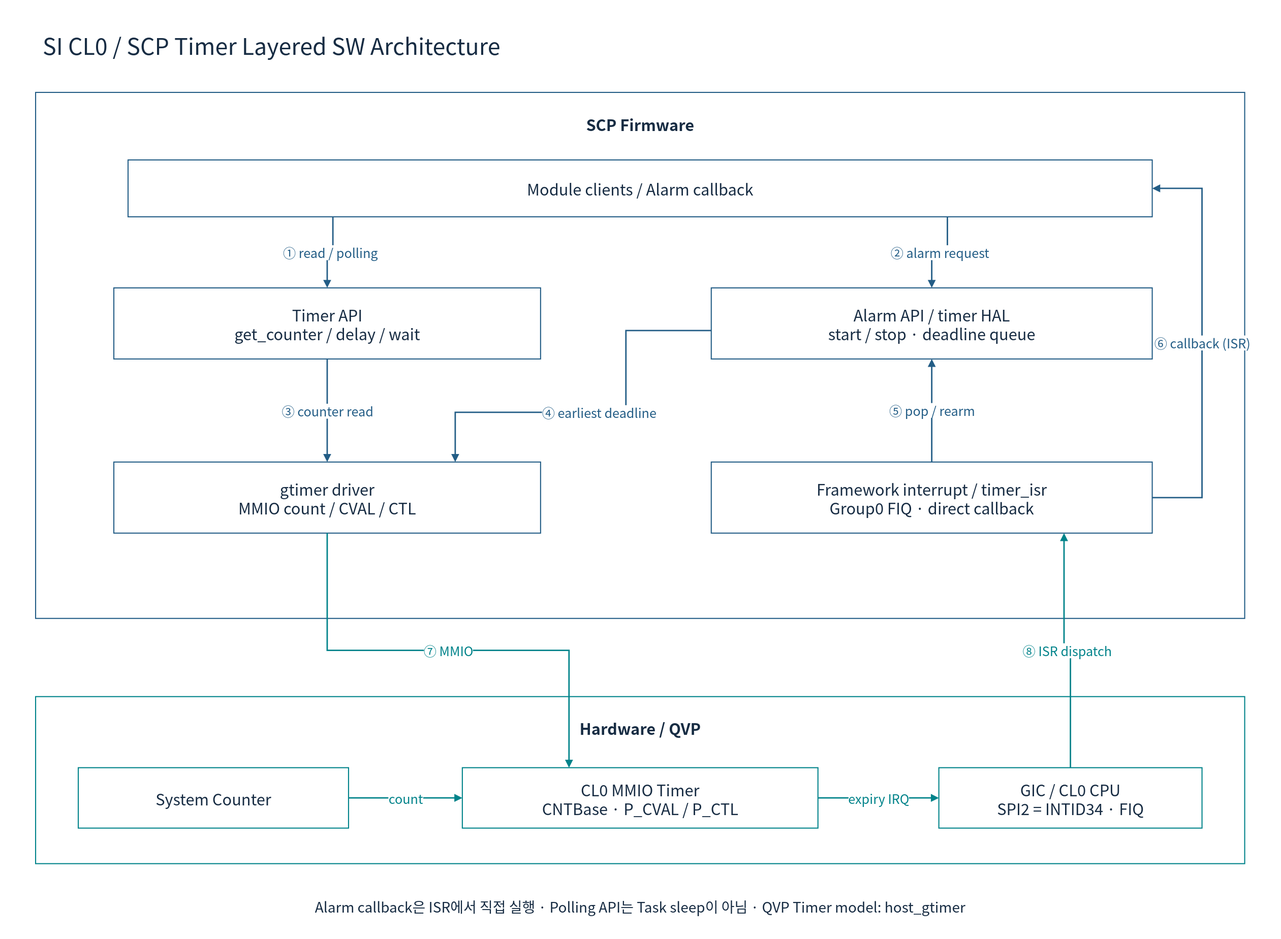
The draw.io diagram doc/phase1/timer/diagrams/08f-scp-software.drawio.svg in cometzero/project-apollo, before a commit. Source tidied: cells renumbered, new cells last; positions are measured from the earlier drawing's top-left corner, leaving out a move shared by most shapes.
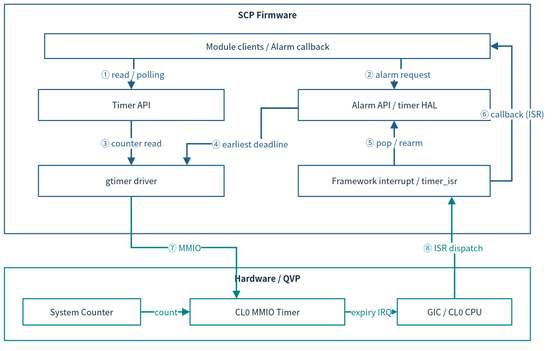
Later version of the same file.

The edit, as a diff of the source:
```diff
@@ -2,85 +2,76 @@
   <root>
     <mxCell id="0" />
     <mxCell id="1" parent="0" />
-    <mxCell id="2" style="rounded=0;whiteSpace=wrap;html=1;fillColor=#FFFFFF;strokeColor=none;strokeWidth=1.5;fontColor=#172C43;fontFamily=Noto Sans CJK KR;fontSize=22;spacing=10;" parent="1" vertex="1">
-      <mxGeometry width="1800" height="1320" as="geometry" />
-    </mxCell>
-    <mxCell id="3" value="SI CL0 / SCP Timer Layered SW Architecture" style="rounded=0;whiteSpace=wrap;html=1;fillColor=#FFFFFF;strokeColor=none;strokeWidth=1.5;fontColor=#172C43;fontFamily=Noto Sans CJK KR;fontSize=22;spacing=10;fontSize=32;align=left;" parent="1" vertex="1">
-      <mxGeometry x="50" y="30" width="1700" height="65" as="geometry" />
-    </mxCell>
-    <mxCell id="4" value="SCP Firmware" style="rounded=0;whiteSpace=wrap;html=1;fillColor=#FFFFFF;strokeColor=#235D86;strokeWidth=1.5;fontColor=#172C43;fontFamily=Noto Sans CJK KR;fontSize=22;spacing=10;verticalAlign=top;fontStyle=1;spacingTop=16;" parent="1" vertex="1">
-      <mxGeometry x="50" y="130" width="1700" height="740" as="geometry" />
+    <mxCell id="4" value="SCP Firmware" style="rounded=0;whiteSpace=wrap;html=1;fillColor=#FFFFFF;strokeColor=#235D86;strokeWidth=1.5;fontColor=#172C43;fontFamily=Noto Sans CJK KR;verticalAlign=top;fontStyle=1;fontSize=12;spacing=3;whiteSpace=wrap;" parent="1" vertex="1">
+      <mxGeometry x="12" y="12" width="740" height="322.1" as="geometry" />
     </mxCell>
-    <mxCell id="5" value="Module clients / Alarm callback" style="rounded=0;whiteSpace=wrap;html=1;fillColor=#FFFFFF;strokeColor=#235D86;strokeWidth=1.5;fontColor=#172C43;fontFamily=Noto Sans CJK KR;fontSize=22;spacing=10;" parent="1" vertex="1">
-      <mxGeometry x="180" y="225" width="1440" height="80" as="geometry" />
+    <mxCell id="5" value="Module clients / Alarm callback" style="rounded=0;whiteSpace=wrap;html=1;fillColor=#FFFFFF;strokeColor=#235D86;strokeWidth=1.5;fontColor=#172C43;fontFamily=Noto Sans CJK KR;fontSize=12;spacing=3;whiteSpace=wrap;" parent="1" vertex="1">
+      <mxGeometry x="68.6" y="53.4" width="626.8" height="34.8" as="geometry" />
     </mxCell>
-    <mxCell id="6" value="Timer API&#10;get_counter / delay / wait" style="rounded=0;whiteSpace=wrap;html=1;fillColor=#FFFFFF;strokeColor=#235D86;strokeWidth=1.5;fontColor=#172C43;fontFamily=Noto Sans CJK KR;fontSize=22;spacing=10;" parent="1" vertex="1">
-      <mxGeometry x="160" y="405" width="600" height="100" as="geometry" />
+    <mxCell id="6" value="Timer API" style="rounded=0;whiteSpace=wrap;html=1;fillColor=#FFFFFF;strokeColor=#235D86;strokeWidth=1.5;fontColor=#172C43;fontFamily=Noto Sans CJK KR;fontSize=12;spacing=3;whiteSpace=wrap;" parent="1" vertex="1">
+      <mxGeometry x="59.9" y="131.7" width="261.2" height="43.5" as="geometry" />
     </mxCell>
-    <mxCell id="7" value="Alarm API / timer HAL&#10;start / stop · deadline queue" style="rounded=0;whiteSpace=wrap;html=1;fillColor=#FFFFFF;strokeColor=#235D86;strokeWidth=1.5;fontColor=#172C43;fontFamily=Noto Sans CJK KR;fontSize=22;spacing=10;" parent="1" vertex="1">
-      <mxGeometry x="1000" y="405" width="620" height="100" as="geometry" />
+    <mxCell id="7" value="Alarm API / timer HAL" style="rounded=0;whiteSpace=wrap;html=1;fillColor=#FFFFFF;strokeColor=#235D86;strokeWidth=1.5;fontColor=#172C43;fontFamily=Noto Sans CJK KR;fontSize=12;spacing=3;whiteSpace=wrap;" parent="1" vertex="1">
+      <mxGeometry x="425.5" y="131.7" width="269.9" height="43.5" as="geometry" />
     </mxCell>
-    <mxCell id="8" value="gtimer driver&#10;MMIO count / CVAL / CTL" style="rounded=0;whiteSpace=wrap;html=1;fillColor=#FFFFFF;strokeColor=#235D86;strokeWidth=1.5;fontColor=#172C43;fontFamily=Noto Sans CJK KR;fontSize=22;spacing=10;" parent="1" vertex="1">
-      <mxGeometry x="160" y="650" width="600" height="100" as="geometry" />
+    <mxCell id="8" value="gtimer driver" style="rounded=0;whiteSpace=wrap;html=1;fillColor=#FFFFFF;strokeColor=#235D86;strokeWidth=1.5;fontColor=#172C43;fontFamily=Noto Sans CJK KR;fontSize=12;spacing=3;whiteSpace=wrap;" parent="1" vertex="1">
+      <mxGeometry x="59.9" y="238.3" width="261.2" height="43.5" as="geometry" />
     </mxCell>
-    <mxCell id="9" value="Framework interrupt / timer_isr&#10;Group0 FIQ · direct callback" style="rounded=0;whiteSpace=wrap;html=1;fillColor=#FFFFFF;strokeColor=#235D86;strokeWidth=1.5;fontColor=#172C43;fontFamily=Noto Sans CJK KR;fontSize=22;spacing=10;" parent="1" vertex="1">
-      <mxGeometry x="1000" y="650" width="620" height="100" as="geometry" />
+    <mxCell id="9" value="Framework interrupt / timer_isr" style="rounded=0;whiteSpace=wrap;html=1;fillColor=#FFFFFF;strokeColor=#235D86;strokeWidth=1.5;fontColor=#172C43;fontFamily=Noto Sans CJK KR;fontSize=12;spacing=3;whiteSpace=wrap;" parent="1" vertex="1">
+      <mxGeometry x="425.5" y="238.3" width="269.9" height="43.5" as="geometry" />
     </mxCell>
-    <mxCell id="10" value="① read / polling" style="edgeStyle=orthogonalEdgeStyle;rounded=0;html=1;endArrow=block;endFill=1;strokeWidth=2;strokeColor=#235D86;fontColor=#235D86;fontFamily=Noto Sans CJK KR;fontSize=18;labelBackgroundColor=#FFFFFF;exitX=0.2;exitY=1;entryX=0.5;entryY=0;" parent="1" edge="1" source="5" target="6">
+    <mxCell id="10" value="① read / polling" style="edgeStyle=orthogonalEdgeStyle;rounded=0;html=1;endArrow=block;endFill=1;strokeWidth=2;strokeColor=#235D86;fontColor=#235D86;fontFamily=Noto Sans CJK KR;labelBackgroundColor=#FFFFFF;exitX=0.2;exitY=1;entryX=0.5;entryY=0;fontSize=12;spacing=3;whiteSpace=nowrap;" parent="1" edge="1" source="5" target="6">
       <mxGeometry relative="1" as="geometry" />
     </mxCell>
-    <mxCell id="11" value="② alarm request" style="edgeStyle=orthogonalEdgeStyle;rounded=0;html=1;endArrow=block;endFill=1;strokeWidth=2;strokeColor=#235D86;fontColor=#235D86;fontFamily=Noto Sans CJK KR;fontSize=18;labelBackgroundColor=#FFFFFF;exitX=0.8;exitY=1;entryX=0.5;entryY=0;" parent="1" edge="1" source="5" target="7">
+    <mxCell id="11" value="② alarm request" style="edgeStyle=orthogonalEdgeStyle;rounded=0;html=1;endArrow=block;endFill=1;strokeWidth=2;strokeColor=#235D86;fontColor=#235D86;fontFamily=Noto Sans CJK KR;labelBackgroundColor=#FFFFFF;exitX=0.8;exitY=1;entryX=0.5;entryY=0;fontSize=12;spacing=3;whiteSpace=nowrap;" parent="1" edge="1" source="5" target="7">
       <mxGeometry relative="1" as="geometry" />
     </mxCell>
-    <mxCell id="12" value="③ counter read" style="edgeStyle=orthogonalEdgeStyle;rounded=0;html=1;endArrow=block;endFill=1;strokeWidth=2;strokeColor=#235D86;fontColor=#235D86;fontFamily=Noto Sans CJK KR;fontSize=18;labelBackgroundColor=#FFFFFF;" parent="1" edge="1" source="6" target="8">
+    <mxCell id="12" value="③ counter read" style="edgeStyle=orthogonalEdgeStyle;rounded=0;html=1;endArrow=block;endFill=1;strokeWidth=2;strokeColor=#235D86;fontColor=#235D86;fontFamily=Noto Sans CJK KR;labelBackgroundColor=#FFFFFF;fontSize=12;spacing=3;whiteSpace=nowrap;" parent="1" edge="1" source="6" target="8">
       <mxGeometry relative="1" as="geometry" />
     </mxCell>
-    <mxCell id="13" value="④ earliest deadline" style="edgeStyle=orthogonalEdgeStyle;rounded=0;html=1;endArrow=block;endFill=1;strokeWidth=2;strokeColor=#235D86;fontColor=#235D86;fontFamily=Noto Sans CJK KR;fontSize=18;labelBackgroundColor=#FFFFFF;exitX=0;exitY=0.6;entryX=0.8;entryY=0;" parent="1" edge="1" source="7" target="8">
+    <mxCell id="13" value="④ earliest deadline" style="edgeStyle=orthogonalEdgeStyle;rounded=0;html=1;endArrow=block;endFill=1;strokeWidth=2;strokeColor=#235D86;fontColor=#235D86;fontFamily=Noto Sans CJK KR;labelBackgroundColor=#FFFFFF;exitX=0;exitY=0.6;entryX=0.8;entryY=0;fontSize=12;spacing=3;whiteSpace=nowrap;" parent="1" edge="1" source="7" target="8">
       <mxGeometry relative="1" as="geometry">
         <Array as="points">
-          <mxPoint x="880" y="465" />
-          <mxPoint x="880" y="580" />
-          <mxPoint x="640" y="580" />
+          <mxPoint x="373.3" y="157.8" />
+          <mxPoint x="373.3" y="207.9" />
+          <mxPoint x="268.8" y="207.9" />
         </Array>
       </mxGeometry>
     </mxCell>
-    <mxCell id="14" value="⑤ pop / rearm" style="edgeStyle=orthogonalEdgeStyle;rounded=0;html=1;endArrow=block;endFill=1;strokeWidth=2;strokeColor=#235D86;fontColor=#235D86;fontFamily=Noto Sans CJK KR;fontSize=18;labelBackgroundColor=#FFFFFF;exitX=0.5;exitY=0;entryX=0.5;entryY=1;" parent="1" edge="1" source="9" target="7">
+    <mxCell id="14" value="⑤ pop / rearm" style="edgeStyle=orthogonalEdgeStyle;rounded=0;html=1;endArrow=block;endFill=1;strokeWidth=2;strokeColor=#235D86;fontColor=#235D86;fontFamily=Noto Sans CJK KR;labelBackgroundColor=#FFFFFF;exitX=0.5;exitY=0;entryX=0.5;entryY=1;fontSize=12;spacing=3;whiteSpace=nowrap;" parent="1" edge="1" source="9" target="7">
       <mxGeometry relative="1" as="geometry" />
     </mxCell>
-    <mxCell id="15" value="⑥ callback (ISR)" style="edgeStyle=orthogonalEdgeStyle;rounded=0;html=1;endArrow=block;endFill=1;strokeWidth=2;strokeColor=#235D86;fontColor=#235D86;fontFamily=Noto Sans CJK KR;fontSize=18;labelBackgroundColor=#FFFFFF;exitX=1;exitY=0.5;entryX=1;entryY=0.5;" parent="1" edge="1" source="9" target="5">
+    <mxCell id="15" value="⑥ callback (ISR)" style="edgeStyle=orthogonalEdgeStyle;rounded=0;html=1;endArrow=block;endFill=1;strokeWidth=2;strokeColor=#235D86;fontColor=#235D86;fontFamily=Noto Sans CJK KR;labelBackgroundColor=#FFFFFF;exitX=1;exitY=0.5;entryX=1;entryY=0.5;fontSize=12;spacing=3;whiteSpace=nowrap;" parent="1" edge="1" source="9" target="5">
       <mxGeometry relative="1" as="geometry">
         <Array as="points">
-          <mxPoint x="1690" y="700" />
-          <mxPoint x="1690" y="265" />
+          <mxPoint x="725.9" y="260.1" />
+          <mxPoint x="725.9" y="70.8" />
         </Array>
       </mxGeometry>
     </mxCell>
-    <mxCell id="16" value="Hardware / QVP" style="rounded=0;whiteSpace=wrap;html=1;fillColor=#FFFFFF;strokeColor=#00838A;strokeWidth=1.5;fontColor=#172C43;fontFamily=Noto Sans CJK KR;fontSize=22;spacing=10;verticalAlign=top;fontStyle=1;spacingTop=16;" parent="1" vertex="1">
-      <mxGeometry x="50" y="980" width="1700" height="235" as="geometry" />
+    <mxCell id="16" value="Hardware / QVP" style="rounded=0;whiteSpace=wrap;html=1;fillColor=#FFFFFF;strokeColor=#00838A;strokeWidth=1.5;fontColor=#172C43;fontFamily=Noto Sans CJK KR;verticalAlign=top;fontStyle=1;fontSize=12;spacing=3;whiteSpace=wrap;" parent="1" vertex="1">
+      <mxGeometry x="12" y="382" width="740" height="102.3" as="geometry" />
     </mxCell>
-    <mxCell id="17" value="System Counter" style="rounded=0;whiteSpace=wrap;html=1;fillColor=#FFFFFF;strokeColor=#00838A;strokeWidth=1.5;fontColor=#172C43;fontFamily=Noto Sans CJK KR;fontSize=22;spacing=10;" parent="1" vertex="1">
-      <mxGeometry x="110" y="1080" width="380" height="85" as="geometry" />
+    <mxCell id="17" value="System Counter" style="rounded=0;whiteSpace=wrap;html=1;fillColor=#FFFFFF;strokeColor=#00838A;strokeWidth=1.5;fontColor=#172C43;fontFamily=Noto Sans CJK KR;fontSize=12;spacing=3;whiteSpace=wrap;" parent="1" vertex="1">
+      <mxGeometry x="38.1" y="425.5" width="165.4" height="37" as="geometry" />
     </mxCell>
-    <mxCell id="18" value="CL0 MMIO Timer&#10;CNTBase · P_CVAL / P_CTL" style="rounded=0;whiteSpace=wrap;html=1;fillColor=#FFFFFF;strokeColor=#00838A;strokeWidth=1.5;fontColor=#172C43;fontFamily=Noto Sans CJK KR;fontSize=22;spacing=10;" parent="1" vertex="1">
-      <mxGeometry x="650" y="1080" width="500" height="85" as="geometry" />
+    <mxCell id="18" value="CL0 MMIO Timer" style="rounded=0;whiteSpace=wrap;html=1;fillColor=#FFFFFF;strokeColor=#00838A;strokeWidth=1.5;fontColor=#172C43;fontFamily=Noto Sans CJK KR;fontSize=12;spacing=3;whiteSpace=wrap;" parent="1" vertex="1">
+      <mxGeometry x="273.2" y="425.5" width="217.7" height="37" as="geometry" />
     </mxCell>
-    <mxCell id="19" value="GIC / CL0 CPU&#10;SPI2 = INTID34 · FIQ" style="rounded=0;whiteSpace=wrap;html=1;fillColor=#FFFFFF;strokeColor=#00838A;strokeWidth=1.5;fontColor=#172C43;fontFamily=Noto Sans CJK KR;fontSize=22;spacing=10;" parent="1" vertex="1">
-      <mxGeometry x="1320" y="1080" width="370" height="85" as="geometry" />
+    <mxCell id="19" value="GIC / CL0 CPU" style="rounded=0;whiteSpace=wrap;html=1;fillColor=#FFFFFF;strokeColor=#00838A;strokeWidth=1.5;fontColor=#172C43;fontFamily=Noto Sans CJK KR;fontSize=12;spacing=3;whiteSpace=wrap;" parent="1" vertex="1">
+      <mxGeometry x="564.8" y="425.5" width="161.1" height="37" as="geometry" />
     </mxCell>
-    <mxCell id="20" value="count" style="edgeStyle=orthogonalEdgeStyle;rounded=0;html=1;endArrow=block;endFill=1;strokeWidth=2;strokeColor=#00838A;fontColor=#00838A;fontFamily=Noto Sans CJK KR;fontSize=18;labelBackgroundColor=#FFFFFF;" parent="1" edge="1" source="17" target="18">
+    <mxCell id="20" value="count" style="edgeStyle=orthogonalEdgeStyle;rounded=0;html=1;endArrow=block;endFill=1;strokeWidth=2;strokeColor=#00838A;fontColor=#00838A;fontFamily=Noto Sans CJK KR;labelBackgroundColor=#FFFFFF;fontSize=12;spacing=3;whiteSpace=nowrap;" parent="1" edge="1" source="17" target="18">
       <mxGeometry relative="1" as="geometry" />
     </mxCell>
-    <mxCell id="21" value="expiry IRQ" style="edgeStyle=orthogonalEdgeStyle;rounded=0;html=1;endArrow=block;endFill=1;strokeWidth=2;strokeColor=#00838A;fontColor=#00838A;fontFamily=Noto Sans CJK KR;fontSize=18;labelBackgroundColor=#FFFFFF;" parent="1" edge="1" source="18" target="19">
+    <mxCell id="21" value="expiry IRQ" style="edgeStyle=orthogonalEdgeStyle;rounded=0;html=1;endArrow=block;endFill=1;strokeWidth=2;strokeColor=#00838A;fontColor=#00838A;fontFamily=Noto Sans CJK KR;labelBackgroundColor=#FFFFFF;fontSize=12;spacing=3;whiteSpace=nowrap;" parent="1" edge="1" source="18" target="19">
       <mxGeometry relative="1" as="geometry" />
     </mxCell>
-    <mxCell id="22" value="⑦ MMIO" style="edgeStyle=orthogonalEdgeStyle;rounded=0;html=1;endArrow=block;endFill=1;strokeWidth=2;strokeColor=#00838A;fontColor=#00838A;fontFamily=Noto Sans CJK KR;fontSize=18;labelBackgroundColor=#FFFFFF;exitX=0.5;exitY=1;entryX=0.3;entryY=0;" parent="1" edge="1" source="8" target="18">
+    <mxCell id="22" value="⑦ MMIO" style="edgeStyle=orthogonalEdgeStyle;rounded=0;html=1;endArrow=block;endFill=1;strokeWidth=2;strokeColor=#00838A;fontColor=#00838A;fontFamily=Noto Sans CJK KR;labelBackgroundColor=#FFFFFF;exitX=0.5;exitY=1;entryX=0.3;entryY=0;fontSize=12;spacing=3;whiteSpace=nowrap;" parent="1" edge="1" source="8" target="18">
       <mxGeometry relative="1" as="geometry" />
     </mxCell>
-    <mxCell id="23" value="⑧ ISR dispatch" style="edgeStyle=orthogonalEdgeStyle;rounded=0;html=1;endArrow=block;endFill=1;strokeWidth=2;strokeColor=#00838A;fontColor=#00838A;fontFamily=Noto Sans CJK KR;fontSize=18;labelBackgroundColor=#FFFFFF;exitX=0.5;exitY=0;entryX=0.8;entryY=1;" parent="1" edge="1" source="19" target="9">
+    <mxCell id="23" value="⑧ ISR dispatch" style="edgeStyle=orthogonalEdgeStyle;rounded=0;html=1;endArrow=block;endFill=1;strokeWidth=2;strokeColor=#00838A;fontColor=#00838A;fontFamily=Noto Sans CJK KR;labelBackgroundColor=#FFFFFF;exitX=0.5;exitY=0;entryX=0.8;entryY=1;fontSize=12;spacing=3;whiteSpace=nowrap;" parent="1" edge="1" source="19" target="9">
       <mxGeometry relative="1" as="geometry" />
     </mxCell>
-    <mxCell id="24" value="Alarm callback은 ISR에서 직접 실행 · Polling API는 Task sleep이 아님 · QVP Timer model: host_gtimer" style="rounded=0;whiteSpace=wrap;html=1;fillColor=#FFFFFF;strokeColor=none;strokeWidth=1.5;fontColor=#172C43;fontFamily=Noto Sans CJK KR;fontSize=22;spacing=10;fontSize=20;" parent="1" vertex="1">
-      <mxGeometry x="50" y="1250" width="1700" height="50" as="geometry" />
-    </mxCell>
   </root>
 </mxGraphModel>
```
